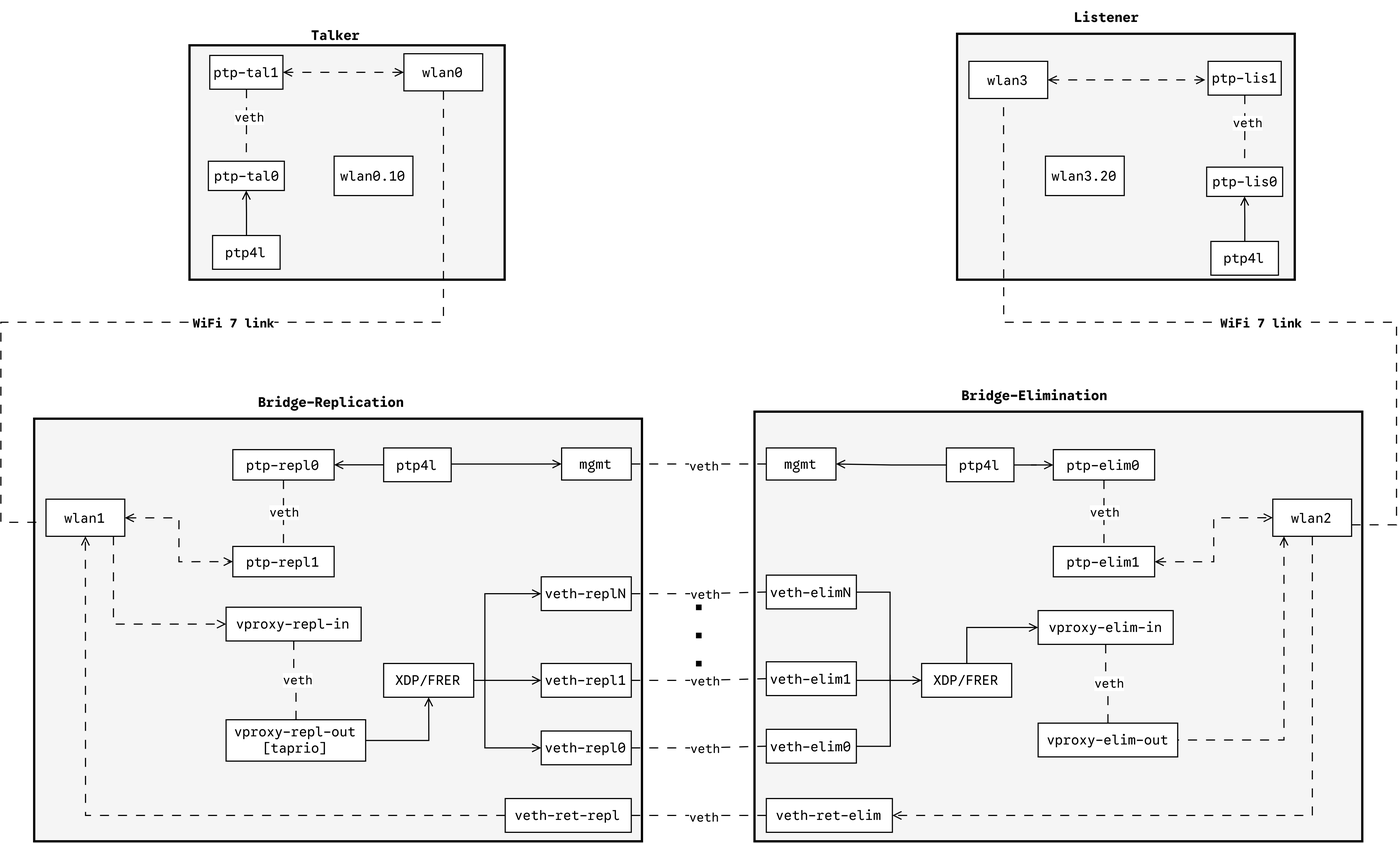
domenicoformosi/tesi keeps this draw.io diagram as img/topologia_prototipo.png. Above is the earlier version. Source tidied: cells renumbered, new cells last; positions are measured from the earlier drawing's top-left corner, leaving out a move shared by most shapes.
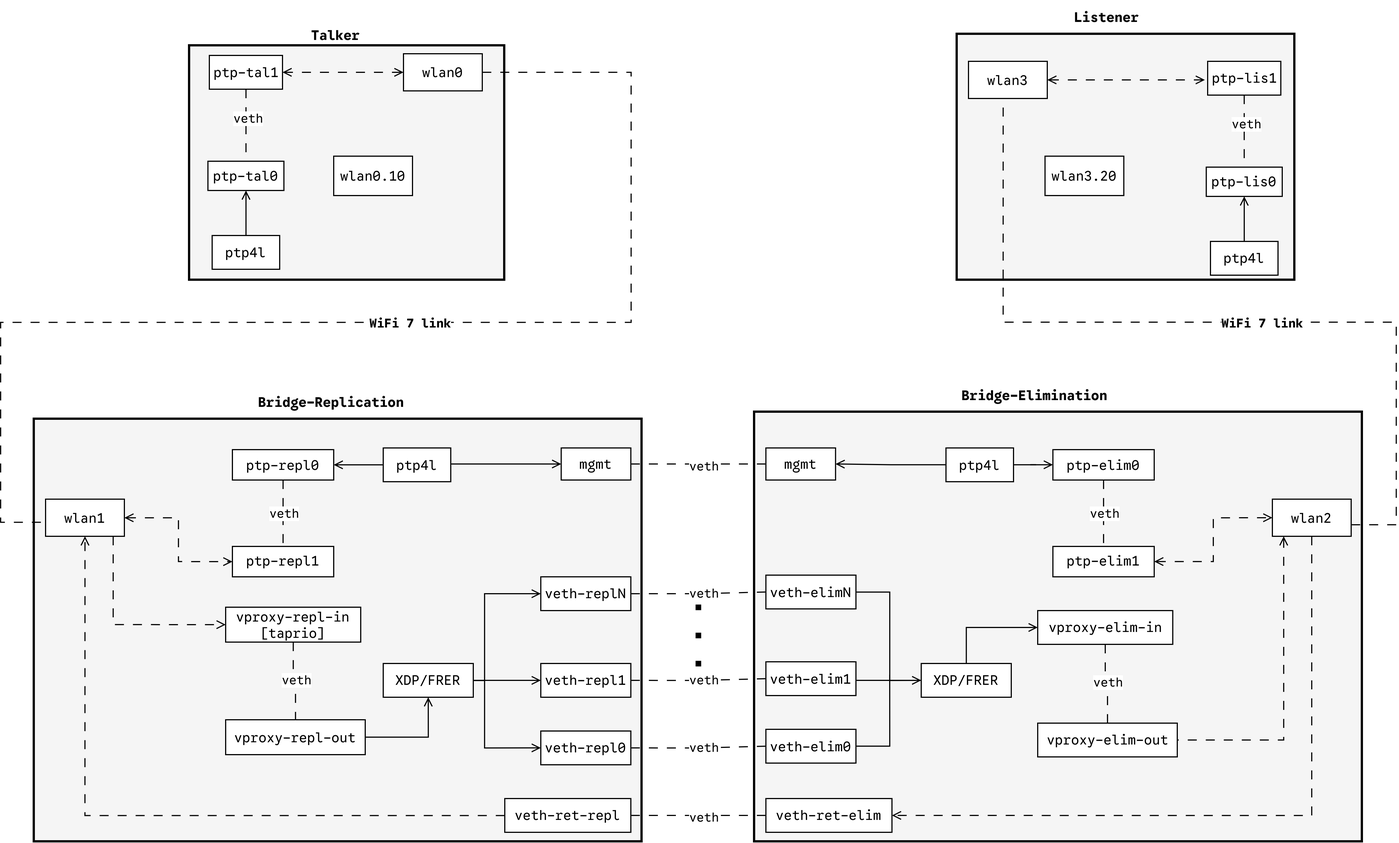
The same diagram one commit later.

What changed in the source:
```diff
@@ -85,14 +85,14 @@
     <mxCell id="26" value="veth" style="edgeLabel;html=1;align=center;verticalAlign=middle;fontFamily= Google Sans Code;fontSource=https%3A%2F%2Ffonts.googleapis.com%2Fcss%3Ffamily%3D%2BGoogle%2BSans%2BCode;" parent="25" vertex="1">
       <mxGeometry x="-0.07" y="2" relative="1" as="geometry" />
     </mxCell>
-    <mxCell id="27" value="&lt;div&gt;vproxy-repl-in&lt;/div&gt;" style="rounded=0;whiteSpace=wrap;html=1;fontFamily= Google Sans Code;fontSource=https%3A%2F%2Ffonts.googleapis.com%2Fcss%3Ffamily%3D%2BGoogle%2BSans%2BCode;" parent="1" vertex="1">
-      <mxGeometry x="199.9" y="539" width="120" height="30" as="geometry" />
+    <mxCell id="27" value="&lt;div&gt;vproxy-repl-in&lt;/div&gt;&lt;div&gt;[taprio]&lt;/div&gt;" style="rounded=0;whiteSpace=wrap;html=1;fontFamily= Google Sans Code;fontSource=https%3A%2F%2Ffonts.googleapis.com%2Fcss%3Ffamily%3D%2BGoogle%2BSans%2BCode;spacingTop=0;" parent="1" vertex="1">
+      <mxGeometry x="199.9" y="539" width="120" height="31" as="geometry" />
     </mxCell>
     <mxCell id="28" style="edgeStyle=orthogonalEdgeStyle;rounded=0;jettySize=auto;html=1;entryX=0.5;entryY=1;entryDx=0;entryDy=0;endArrow=open;endFill=0;fontFamily= Google Sans Code;fontSource=https%3A%2F%2Ffonts.googleapis.com%2Fcss%3Ffamily%3D%2BGoogle%2BSans%2BCode;" parent="1" edge="1" source="29" target="50">
       <mxGeometry relative="1" as="geometry" />
     </mxCell>
-    <mxCell id="29" value="&lt;div&gt;vproxy-repl-out&lt;/div&gt;&lt;div&gt;[taprio]&lt;/div&gt;" style="rounded=0;whiteSpace=wrap;html=1;fontFamily= Google Sans Code;fontSource=https%3A%2F%2Ffonts.googleapis.com%2Fcss%3Ffamily%3D%2BGoogle%2BSans%2BCode;" parent="1" vertex="1">
-      <mxGeometry x="199.9" y="639" width="124" height="36.8" as="geometry" />
+    <mxCell id="29" value="&lt;div&gt;vproxy-repl-out&lt;/div&gt;" style="rounded=0;whiteSpace=wrap;html=1;fontFamily= Google Sans Code;fontSource=https%3A%2F%2Ffonts.googleapis.com%2Fcss%3Ffamily%3D%2BGoogle%2BSans%2BCode;" parent="1" vertex="1">
+      <mxGeometry x="199.9" y="639" width="124" height="31" as="geometry" />
     </mxCell>
     <mxCell id="30" style="edgeStyle=orthogonalEdgeStyle;rounded=0;jettySize=auto;html=1;entryX=0.5;entryY=1;entryDx=0;entryDy=0;dashed=1;dashPattern=8 8;endArrow=open;endFill=0;fontFamily= Google Sans Code;fontSource=https%3A%2F%2Ffonts.googleapis.com%2Fcss%3Ffamily%3D%2BGoogle%2BSans%2BCode;" parent="1" edge="1" source="31" target="17">
       <mxGeometry relative="1" as="geometry" />
@@ -301,7 +301,8 @@
     <mxCell id="85" style="edgeStyle=orthogonalEdgeStyle;rounded=0;jettySize=auto;html=1;entryX=-0.025;entryY=0.622;entryDx=0;entryDy=0;entryPerimeter=0;dashed=1;dashPattern=8 8;endArrow=none;endFill=0;fontFamily= Google Sans Code;fontSource=https%3A%2F%2Ffonts.googleapis.com%2Fcss%3Ffamily%3D%2BGoogle%2BSans%2BCode;" parent="1" edge="1" source="8" target="17">
       <mxGeometry relative="1" as="geometry">
         <Array as="points">
-          <mxPoint x="392.9" y="285.8" />
+          <mxPoint x="560" y="63.8" />
+          <mxPoint x="560" y="285.8" />
           <mxPoint x="-0.1" y="285.8" />
           <mxPoint x="-0.1" y="463.5" />
         </Array>
```
